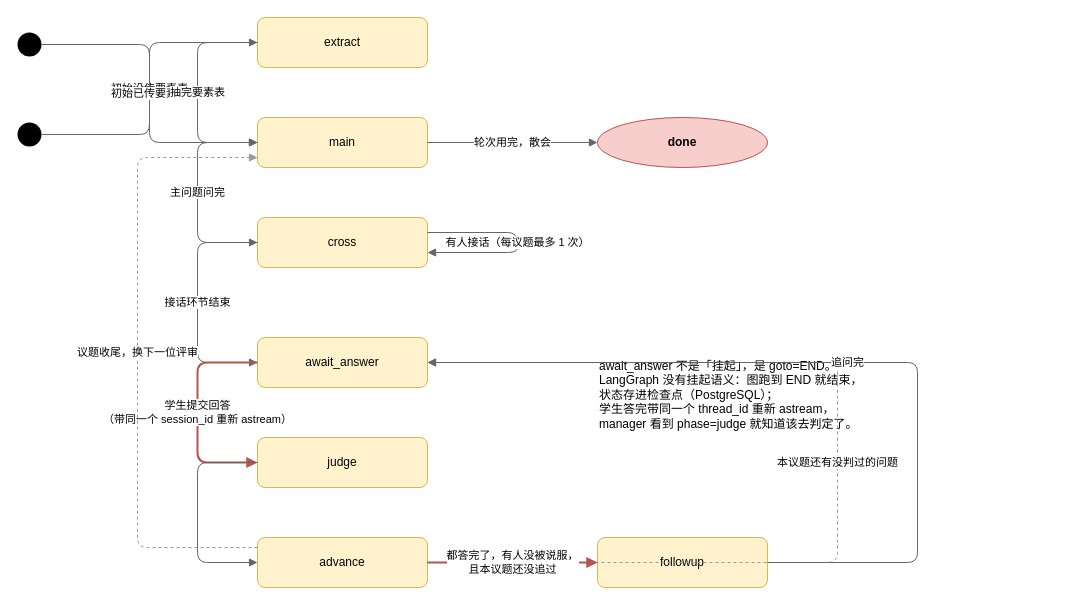
Earlier version of the draw.io diagram page "2. 会议状态机" (2 of 4) of docs/评审团流程图.drawio (xxf-wota/ai-review-board). Source tidied: cells renumbered, new cells numbered last; positions are measured from the earlier drawing's top-left corner, leaving out a move shared by most shapes. Both pictures are drawn from the tidied source at 100%, with x=0, y=0 at pixel (17, 17).
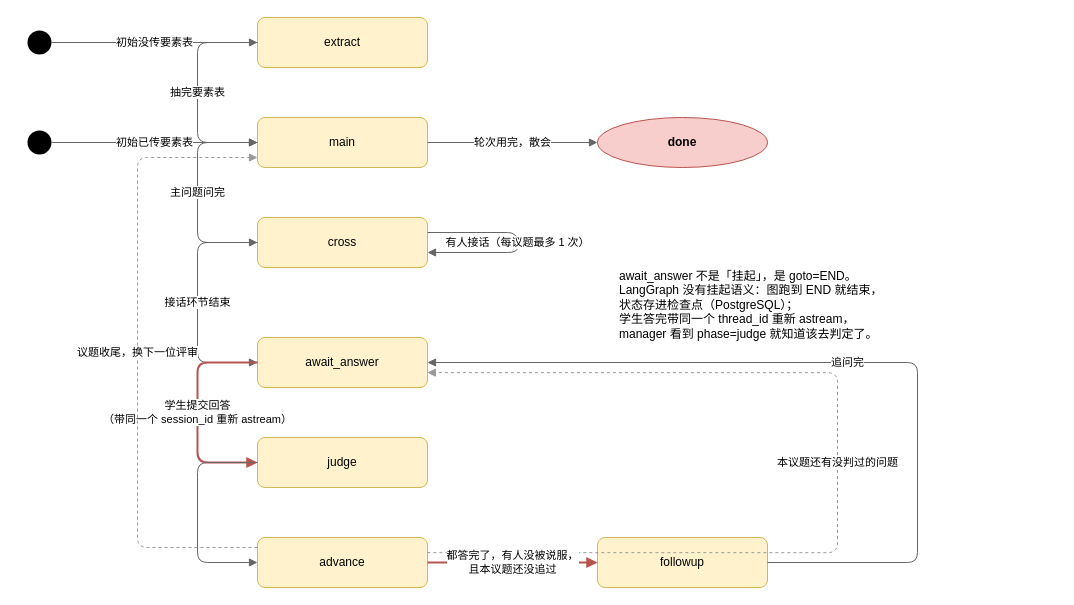
After the change.

Unchanged cells that the change refers to:
```xml
<mxCell id="7" value="await_answer" style="rounded=1;whiteSpace=wrap;html=1;fillColor=#fff2cc;strokeColor=#d6b656;" parent="1" vertex="1">
  <mxGeometry x="240" y="320" width="170" height="50" as="geometry" />
</mxCell>
<mxCell id="9" value="advance" style="rounded=1;whiteSpace=wrap;html=1;fillColor=#fff2cc;strokeColor=#d6b656;" parent="1" vertex="1">
  <mxGeometry x="240" y="520" width="170" height="50" as="geometry" />
</mxCell>
```

Diff of the diagram source:
```diff
@@
     <mxCell id="2" style="ellipse;whiteSpace=wrap;html=1;fillColor=#000000;strokeColor=none;" parent="1" vertex="1">
-      <mxGeometry y="105" width="24" height="24" as="geometry" />
+      <mxGeometry x="10" y="13" width="24" height="24" as="geometry" />
     </mxCell>
     <mxCell id="3" style="ellipse;whiteSpace=wrap;html=1;fillColor=#000000;strokeColor=none;" parent="1" vertex="1">
-      <mxGeometry y="15" width="24" height="24" as="geometry" />
+      <mxGeometry x="10" y="113" width="24" height="24" as="geometry" />
     </mxCell>
@@
     <mxCell id="12" value="await_answer 不是「挂起」，是 goto=END。&#10;LangGraph 没有挂起语义：图跑到 END 就结束，&#10;状态存进检查点（PostgreSQL）；&#10;学生答完带同一个 thread_id 重新 astream，&#10;manager 看到 phase=judge 就知道该去判定了。" style="text;html=1;align=left;verticalAlign=top;fontSize=12;strokeColor=none;fillColor=none;" parent="1" vertex="1">
-      <mxGeometry x="580" y="335" width="440" height="110" as="geometry" />
+      <mxGeometry x="600" y="245" width="440" height="110" as="geometry" />
     </mxCell>
@@
-    <mxCell id="21" value="本议题还有没判过的问题" style="edgeStyle=orthogonalEdgeStyle;rounded=1;html=1;endArrow=block;endFill=1;strokeColor=#999999;dashed=1;exitX=1;exitY=0.5;exitDx=0;exitDy=0;entryX=1;entryY=0.5;entryDx=0;entryDy=0;" parent="1" edge="1" source="9" target="7">
+    <mxCell id="21" value="本议题还有没判过的问题" style="edgeStyle=orthogonalEdgeStyle;rounded=1;html=1;endArrow=block;endFill=1;strokeColor=#999999;dashed=1;exitX=0.999;exitY=0.303;exitDx=0;exitDy=0;entryX=0.999;entryY=0.703;entryDx=0;entryDy=0;entryPerimeter=0;exitPerimeter=0;" parent="1" edge="1" source="9" target="7">
       <mxGeometry relative="1" as="geometry">
         <Array as="points">
-          <mxPoint x="820" y="545" />
-          <mxPoint x="820" y="345" />
+          <mxPoint x="820" y="535.2" />
+          <mxPoint x="820" y="355.2" />
         </Array>
       </mxGeometry>
     </mxCell>
```
